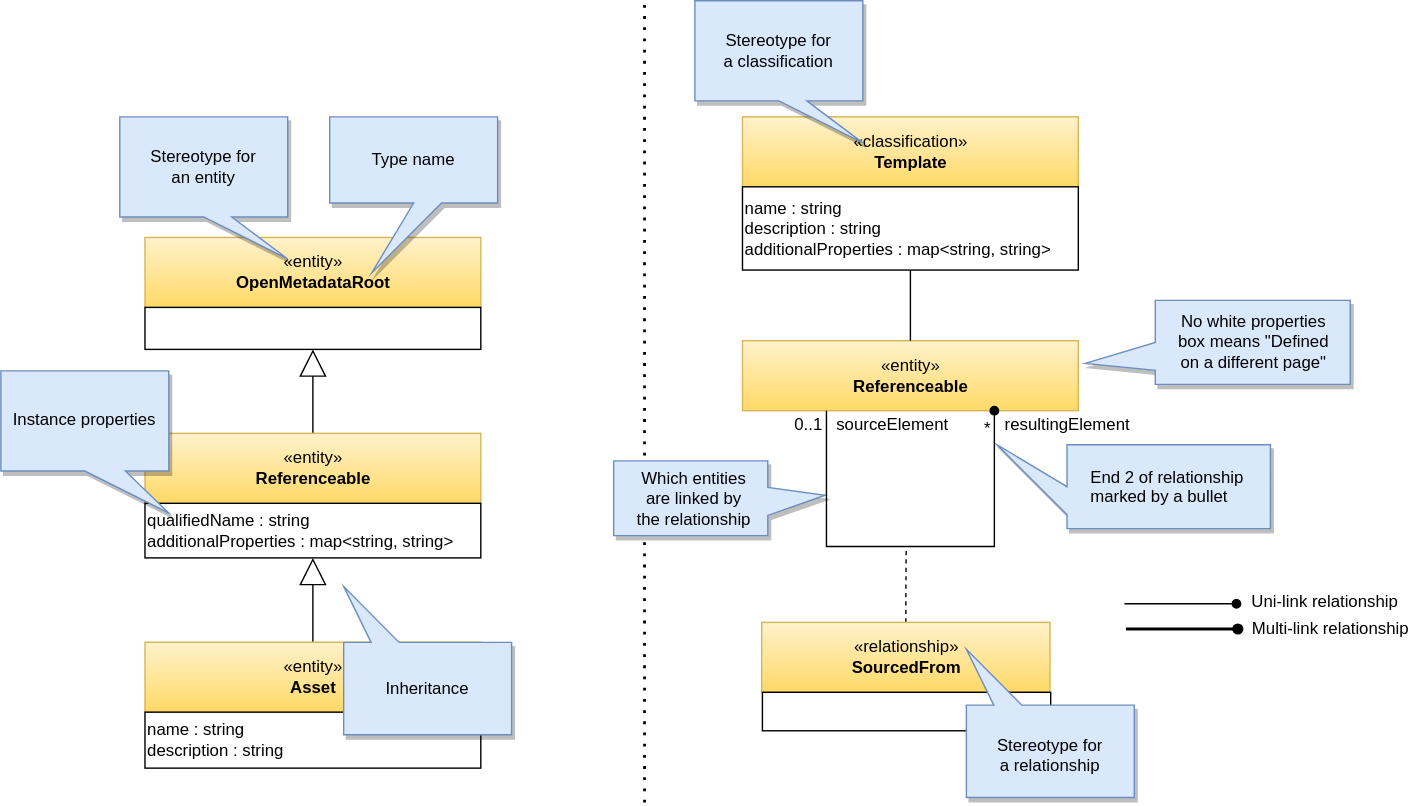
Earlier version of the draw.io export site/docs/types/model-guidance.svg (odpi/egeria-docs). Source tidied: cells renumbered, new cells last; positions are measured from the earlier drawing's top-left corner, leaving out a move shared by most shapes.
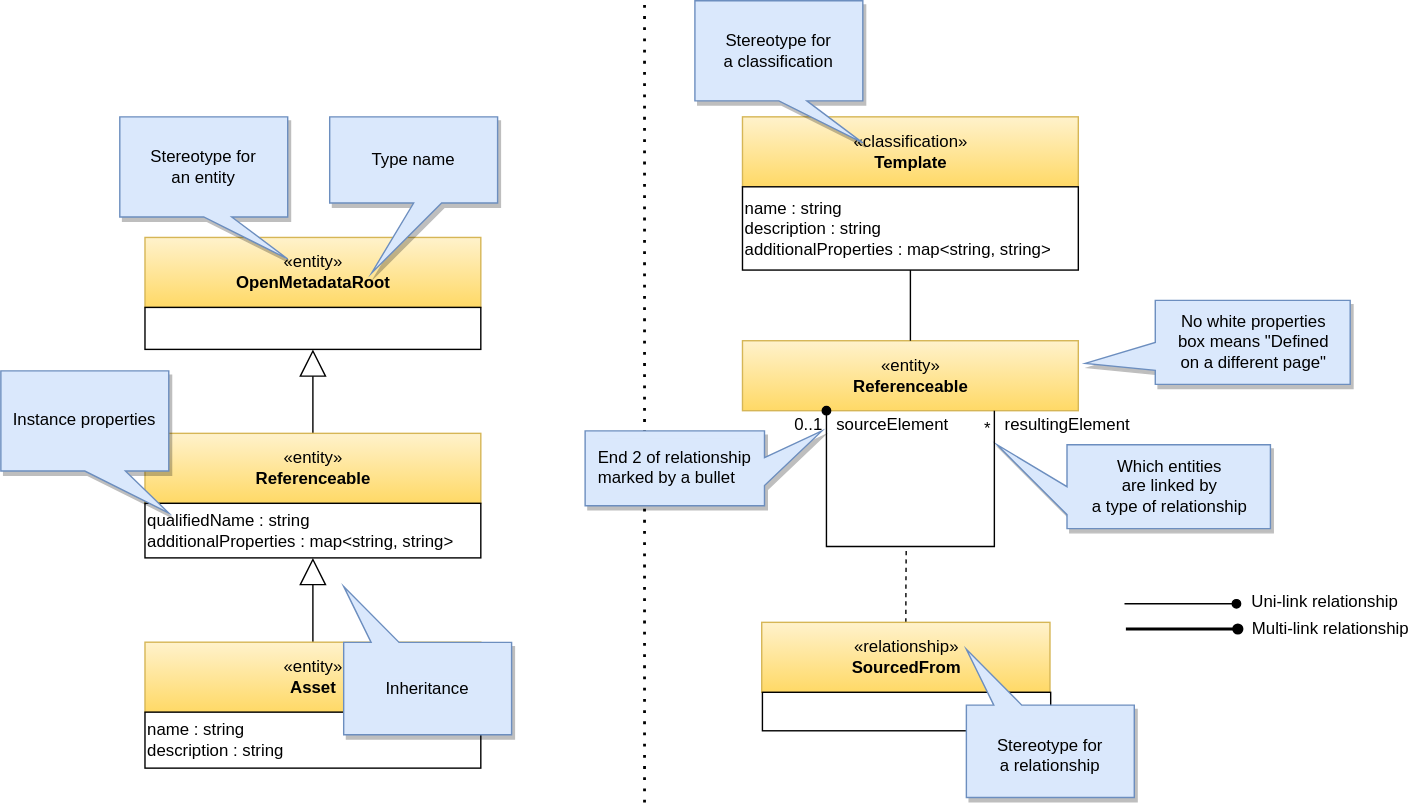
After the commit.

Diff of the diagram source:
```diff
@@ -109,38 +109,38 @@
     <mxCell id="34" style="shape=callout;whiteSpace=wrap;html=1;perimeter=calloutPerimeter;fillColor=#dae8fc;strokeColor=#6c8ebf;shadow=1;position2=0;size=50;position=0.5;rotation=90;" parent="1" vertex="1">
       <mxGeometry x="779.6" y="249.6" width="60" height="195.4" as="geometry" />
     </mxCell>
-    <mxCell id="35" value="End 2 of relationship marked by a bullet" style="text;whiteSpace=wrap;html=1;align=left;fillColor=#dae8fc;" parent="1" vertex="1">
-      <mxGeometry x="776.9" y="327.3" width="113.1" height="42.7" as="geometry" />
+    <mxCell id="35" style="shape=callout;whiteSpace=wrap;html=1;perimeter=calloutPerimeter;fillColor=#dae8fc;strokeColor=#6c8ebf;shadow=1;position2=1;base=20;rotation=-90;size=41;position=0.27;" parent="1" vertex="1">
+      <mxGeometry x="475.4" y="249.6" width="53.5" height="169.2" as="geometry" />
     </mxCell>
-    <mxCell id="36" style="shape=callout;whiteSpace=wrap;html=1;perimeter=calloutPerimeter;fillColor=#dae8fc;strokeColor=#6c8ebf;shadow=1;position2=0.54;base=20;rotation=-90;size=41;position=0.27;" parent="1" vertex="1">
-      <mxGeometry x="486.8" y="280" width="53.5" height="151.2" as="geometry" />
+    <mxCell id="36" value="Which entities&lt;br&gt;are linked by&lt;br&gt;a type of relationship" style="text;html=1;align=center;verticalAlign=middle;strokeColor=none;" parent="1" vertex="1">
+      <mxGeometry x="770" y="322.3" width="130" height="50" as="geometry" />
     </mxCell>
-    <mxCell id="37" value="Which entities&lt;br&gt;are linked by&lt;br&gt;the relationship" style="text;html=1;align=center;verticalAlign=middle;strokeColor=none;" parent="1" vertex="1">
-      <mxGeometry x="445.2" y="330.6" width="100" height="50" as="geometry" />
+    <mxCell id="37" style="edgeStyle=orthogonalEdgeStyle;rounded=0;orthogonalLoop=1;jettySize=auto;html=1;endArrow=oval;endFill=1;strokeWidth=2;" parent="1" edge="1">
+      <mxGeometry relative="1" as="geometry">
+        <mxPoint x="804" y="449" as="sourcePoint" />
+        <mxPoint x="884" y="449" as="targetPoint" />
+        <Array as="points">
+          <mxPoint x="824" y="449" />
+          <mxPoint x="824" y="449" />
+        </Array>
+      </mxGeometry>
     </mxCell>
-    <mxCell id="38" style="edgeStyle=orthogonalEdgeStyle;rounded=0;orthogonalLoop=1;jettySize=auto;html=1;endArrow=oval;endFill=1;strokeWidth=2;" parent="1" edge="1">
-      <mxGeometry relative="1" as="geometry">
-        <mxPoint x="804" y="449" as="sourcePoint" />
-        <mxPoint x="884" y="449" as="targetPoint" />
-        <Array as="points">
-          <mxPoint x="824" y="449" />
-          <mxPoint x="824" y="449" />
-        </Array>
-      </mxGeometry>
+    <mxCell id="38" value="Uni-link relationship" style="text;html=1;align=center;verticalAlign=middle;strokeColor=none;fillColor=none;" parent="1" vertex="1">
+      <mxGeometry x="886" y="419.6" width="120" height="20" as="geometry" />
     </mxCell>
-    <mxCell id="39" value="Uni-link relationship" style="text;html=1;align=center;verticalAlign=middle;strokeColor=none;fillColor=none;" parent="1" vertex="1">
-      <mxGeometry x="886" y="419.6" width="120" height="20" as="geometry" />
+    <mxCell id="39" value="Multi-link relationship" style="text;html=1;align=center;verticalAlign=middle;strokeColor=none;fillColor=none;" parent="1" vertex="1">
+      <mxGeometry x="885" y="439.4" width="130" height="20" as="geometry" />
     </mxCell>
-    <mxCell id="40" value="Multi-link relationship" style="text;html=1;align=center;verticalAlign=middle;strokeColor=none;fillColor=none;" parent="1" vertex="1">
-      <mxGeometry x="885" y="439.4" width="130" height="20" as="geometry" />
+    <mxCell id="40" style="edgeStyle=orthogonalEdgeStyle;rounded=0;orthogonalLoop=1;jettySize=auto;html=1;exitX=0.25;exitY=1;exitDx=0;exitDy=0;entryX=0.75;entryY=1;entryDx=0;entryDy=0;endArrow=none;endFill=0;strokeWidth=1;startArrow=oval;startFill=1;" parent="1" edge="1" source="22" target="22">
+      <mxGeometry relative="1" as="geometry">
+        <Array as="points">
+          <mxPoint x="590" y="390" />
+          <mxPoint x="710" y="390" />
+        </Array>
+      </mxGeometry>
     </mxCell>
-    <mxCell id="41" style="edgeStyle=orthogonalEdgeStyle;rounded=0;orthogonalLoop=1;jettySize=auto;html=1;exitX=0.25;exitY=1;exitDx=0;exitDy=0;entryX=0.75;entryY=1;entryDx=0;entryDy=0;endArrow=oval;endFill=1;strokeWidth=1;" parent="1" edge="1" source="22" target="22">
-      <mxGeometry relative="1" as="geometry">
-        <Array as="points">
-          <mxPoint x="590" y="390" />
-          <mxPoint x="710" y="390" />
-        </Array>
-      </mxGeometry>
+    <mxCell id="41" value="End 2 of relationship marked by a bullet" style="text;whiteSpace=wrap;html=1;align=left;fillColor=#dae8fc;" parent="1" vertex="1">
+      <mxGeometry x="425.4" y="312.8" width="113.1" height="42.7" as="geometry" />
     </mxCell>
   </root>
 </mxGraphModel>
```
